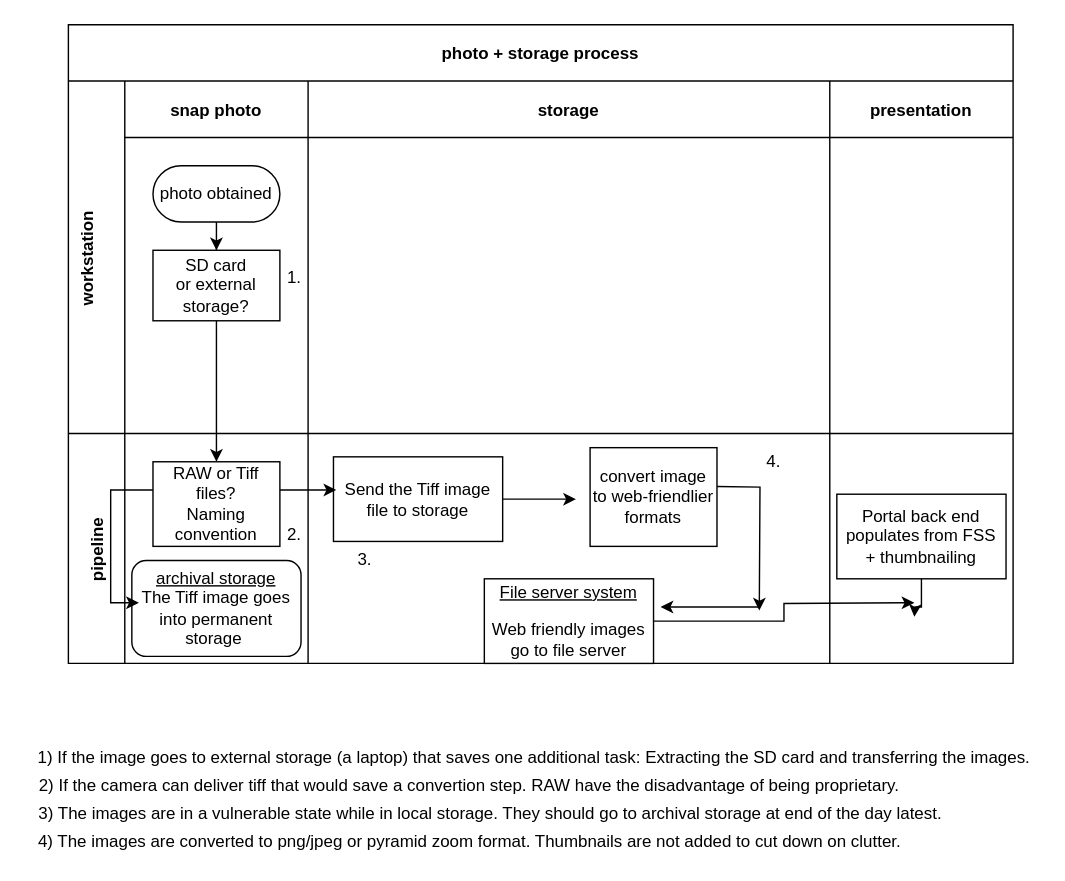
The draw.io diagram photo_storageCR_Diagram.drawio in jlegind/DMP_charts, before the edit. Source tidied: cells renumbered, new cells numbered last; positions are measured from the earlier drawing's top-left corner, leaving out a move shared by most shapes. Both pictures are drawn from the tidied source at 141%, with x=0, y=0 at pixel (24, 24).
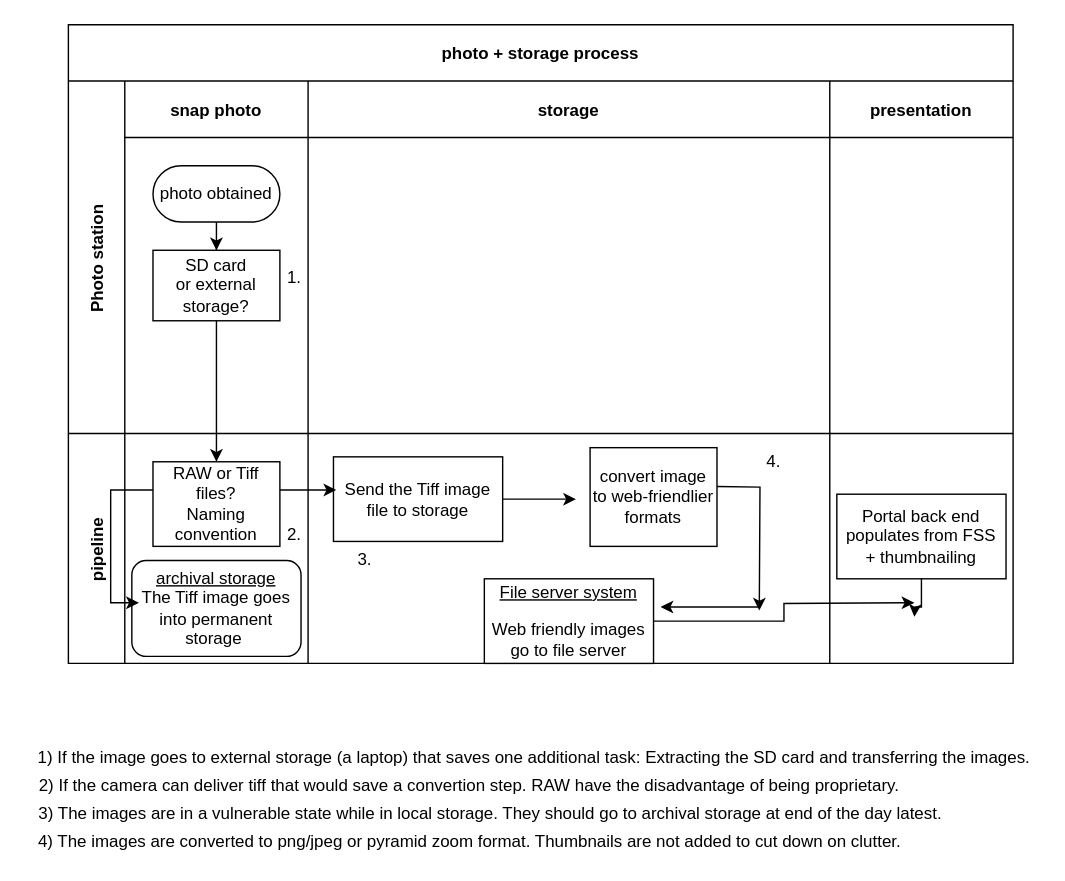
The same page after the edit.

Unchanged cells that the change refers to:
```xml
<mxCell id="2" value="photo + storage process" style="shape=table;childLayout=tableLayout;startSize=40;fillColor=none;fontStyle=1;" parent="1" vertex="1">
  <mxGeometry x="31" width="670" height="453" as="geometry" />
</mxCell>
```

Change to the diagram source:
```diff
@@
-    <mxCell id="4" value="workstation&#10;" style="shape=tableRow;horizontal=0;swimlaneHead=0;swimlaneBody=0;top=0;left=0;bottom=0;right=0;fillColor=none;startSize=40;fontStyle=1;" parent="2" vertex="1">
+    <mxCell id="4" value="Photo station" style="shape=tableRow;horizontal=0;swimlaneHead=0;swimlaneBody=0;top=0;left=0;bottom=0;right=0;fillColor=none;startSize=40;fontStyle=1;" parent="2" vertex="1">
       <mxGeometry y="40" width="670" height="250" as="geometry" />
     </mxCell>
```
